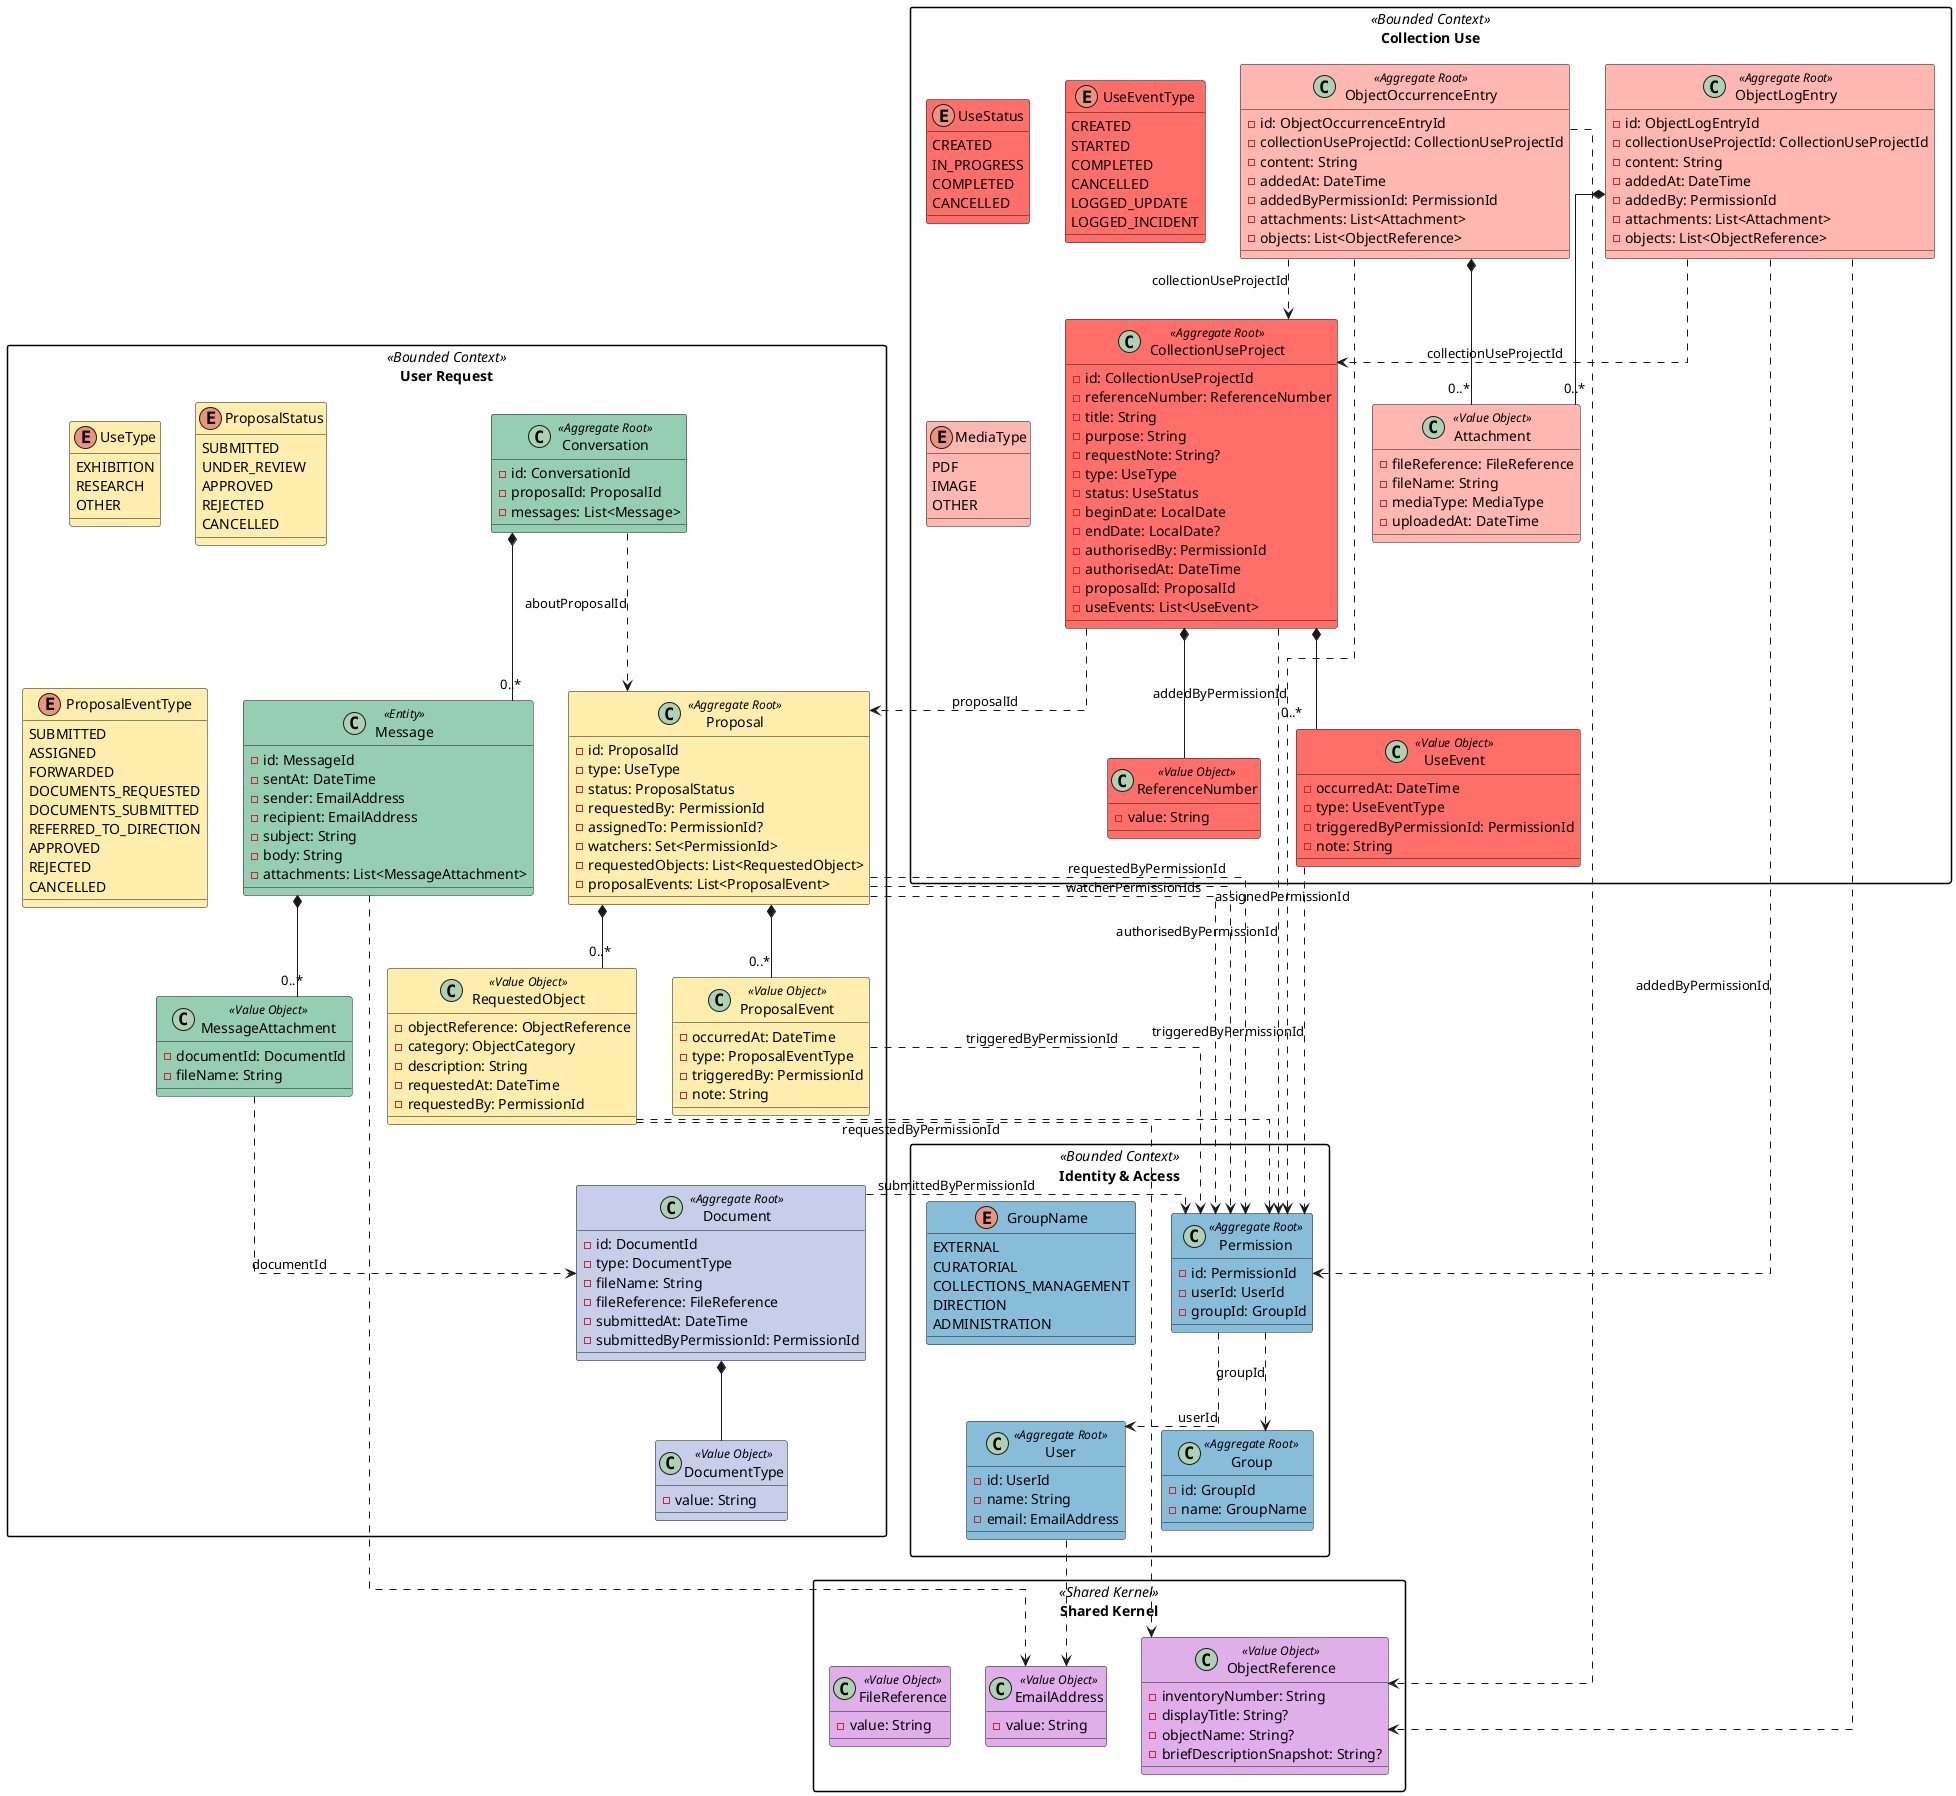
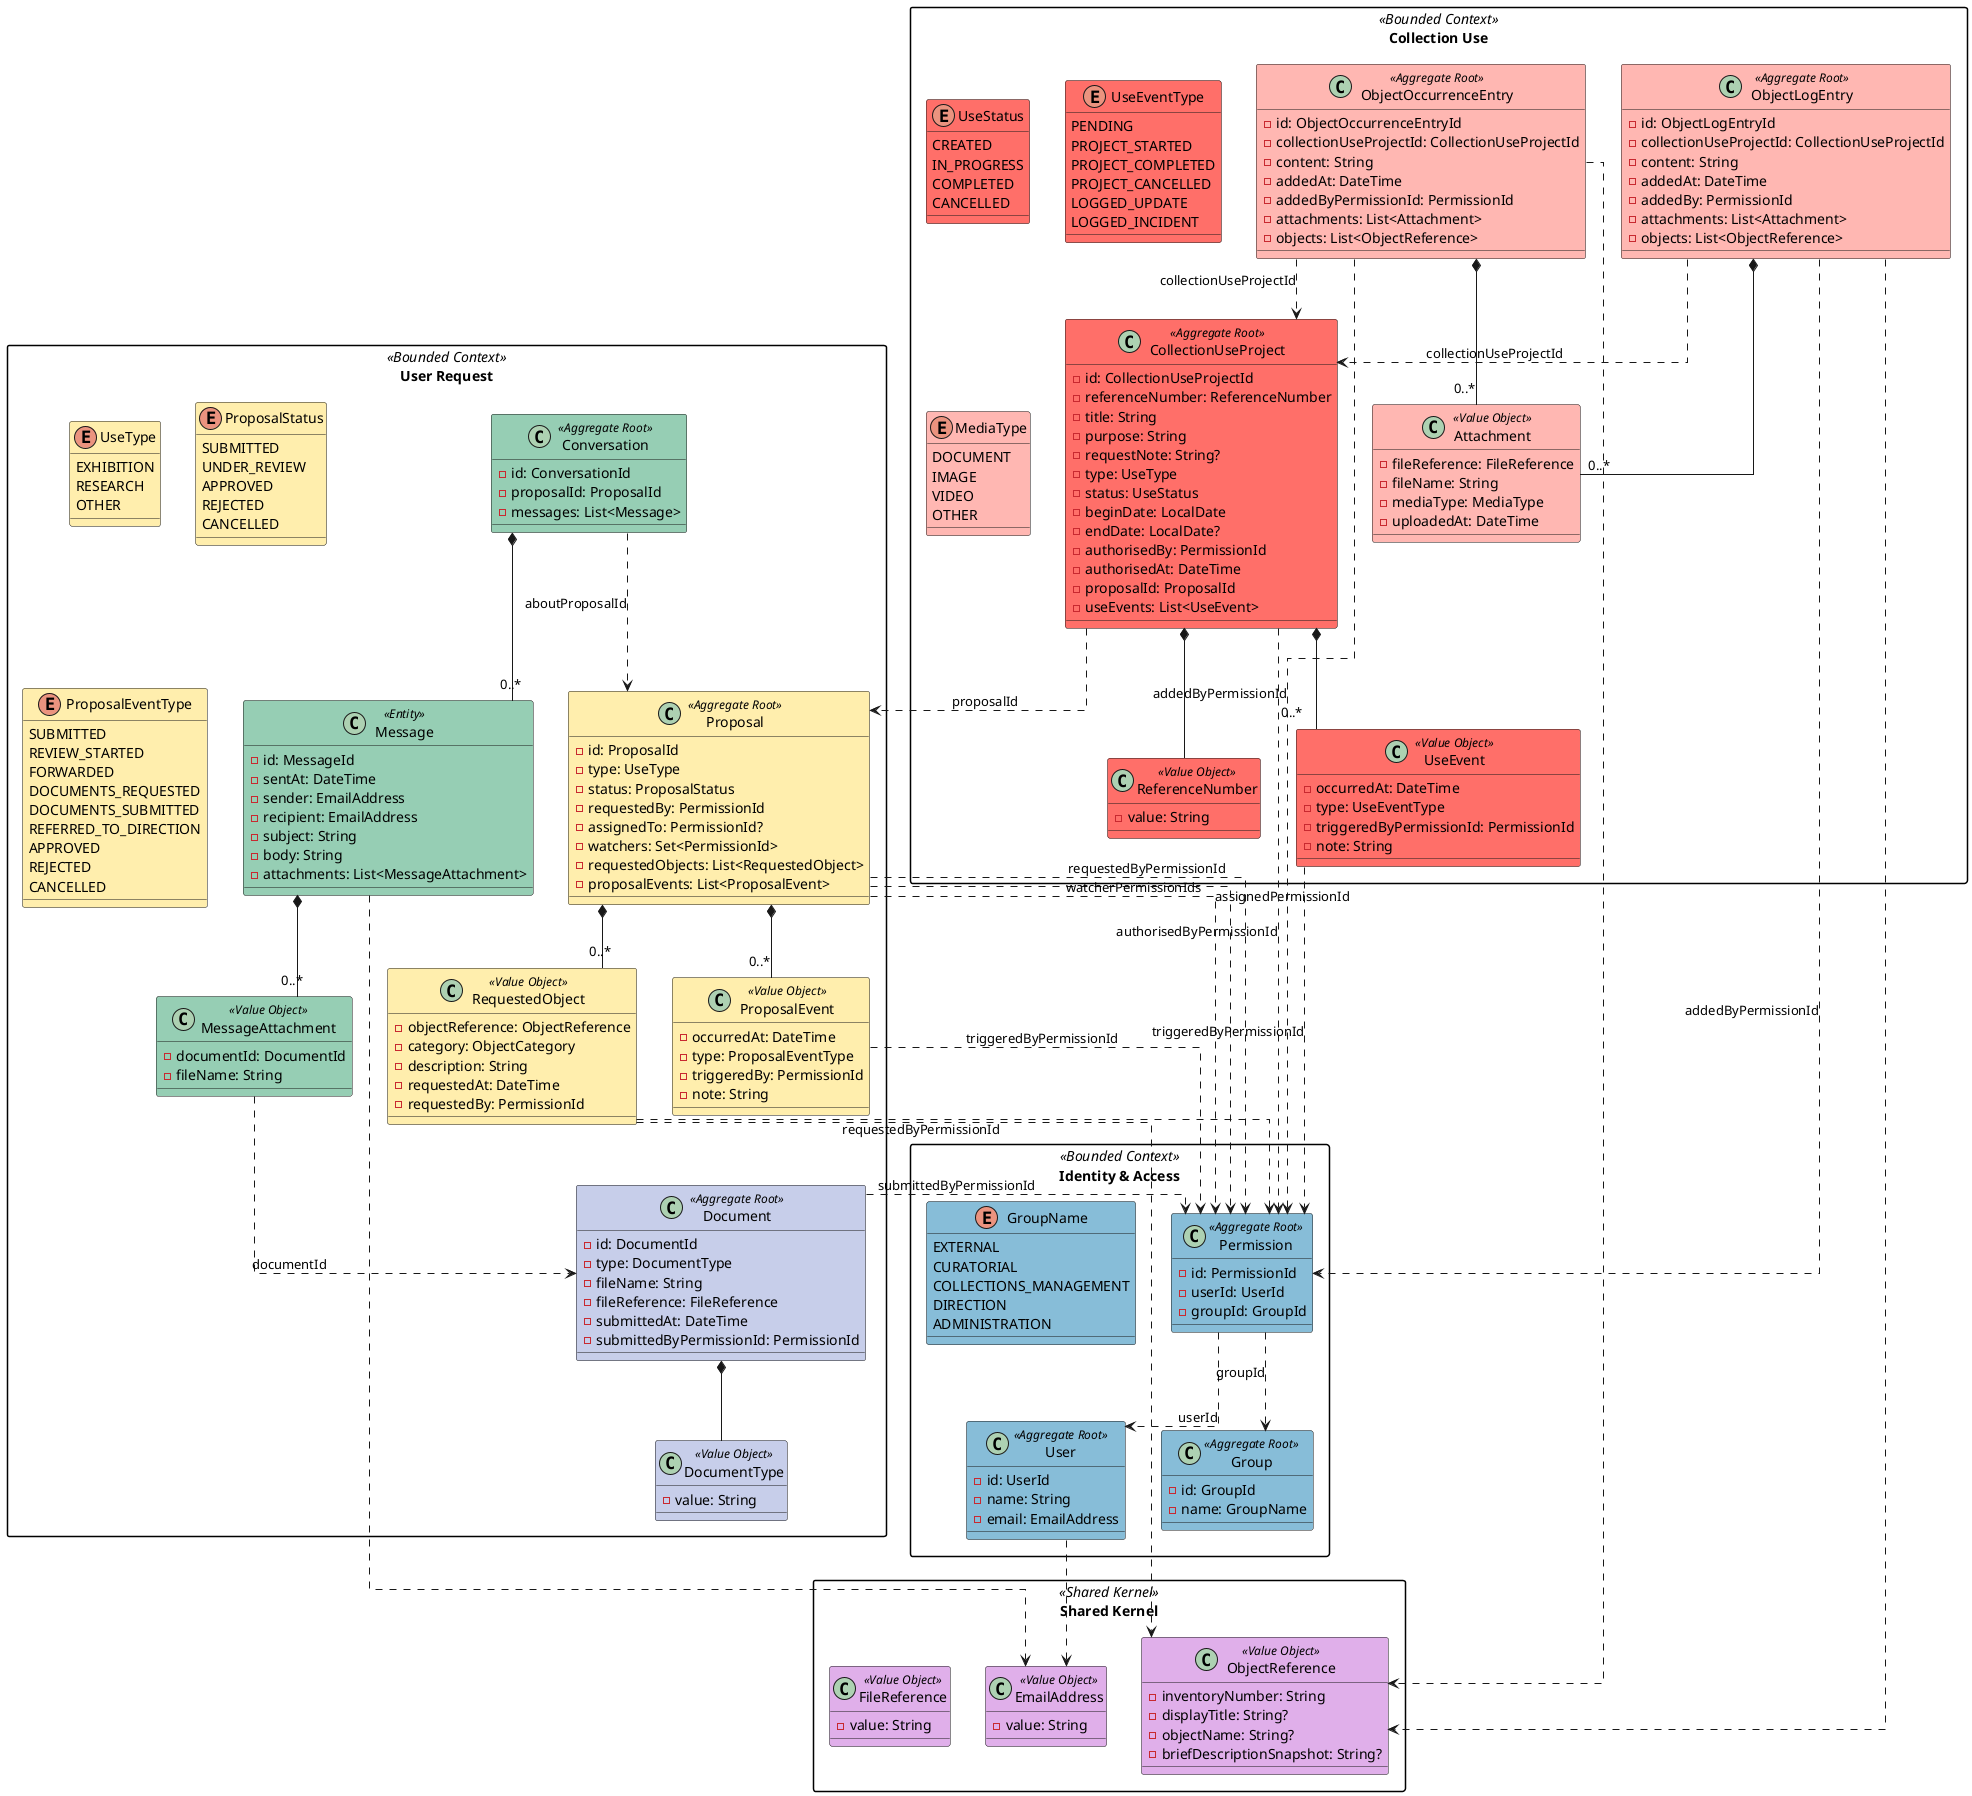
@startuml MUHNAC-CollectionUse-Rebuilt

skinparam linetype ortho
skinparam packageStyle rectangle
skinparam shadowing false


' ============================================================
' Shared Kernel
' ============================================================

package "Shared Kernel" <<Shared Kernel>> {

        class ObjectReference <<Value Object>> #e0afea {
        - inventoryNumber: String
        - displayTitle: String?
        - objectName: String?
        - briefDescriptionSnapshot: String?
        }

        class EmailAddress <<Value Object>> #e0afea {
        - value: String
        }

         class FileReference <<Value Object>> #e0afea {
                - value: String
                }
}


' ============================================================
' Identity & Access
' ============================================================

package "Identity & Access" <<Bounded Context>> {

        class User <<Aggregate Root>> #87bdd8 {
        - id: UserId
        - name: String
        - email: EmailAddress
        }

        class Group <<Aggregate Root>> #87bdd8 {
        - id: GroupId
        - name: GroupName
        }

        class Permission <<Aggregate Root>> #87bdd8 {
        - id: PermissionId
        - userId: UserId
        - groupId: GroupId
        }

        enum GroupName #87bdd8 {
        EXTERNAL
        CURATORIAL
        COLLECTIONS_MANAGEMENT
        DIRECTION
        ADMINISTRATION
        }



        User ..> EmailAddress
        Permission ..> User : userId
        Permission ..> Group : groupId
}


' ============================================================
' Use Request
' ============================================================
package "User Request" <<Bounded Context>> {

        class Conversation <<Aggregate Root>> #96ceb4 {
        - id: ConversationId
        - proposalId: ProposalId
        - messages: List<Message>
        }

        class Message <<Entity>> #96ceb4 {
        - id: MessageId
        - sentAt: DateTime
        - sender: EmailAddress
        - recipient: EmailAddress
        - subject: String
        - body: String
        - attachments: List<MessageAttachment>
        }

        class MessageAttachment <<Value Object>> #96ceb4 {
        - documentId: DocumentId
        - fileName: String
        }

        class Document <<Aggregate Root>> #c7ceea {
        - id: DocumentId
        - type: DocumentType
        - fileName: String
        - fileReference: FileReference
        - submittedAt: DateTime
        - submittedByPermissionId: PermissionId
        }

        class DocumentType <<Value Object>> #c7ceea {
        - value: String
        }


        Conversation *-- "0..*" Message
        Message *-- "0..*" MessageAttachment

        Message ..> EmailAddress
        MessageAttachment ..> Document : documentId
        Conversation ..> Proposal : aboutProposalId


        Document *-- DocumentType
        Document ..> Permission : submittedByPermissionId

        ' ------------------------------------------------------------
        ' Proposal aggregate
        ' ------------------------------------------------------------

        class Proposal <<Aggregate Root>> #ffeead {
        - id: ProposalId
        - type: UseType
        - status: ProposalStatus
        - requestedBy: PermissionId
        - assignedTo: PermissionId?
        - watchers: Set<PermissionId>
        - requestedObjects: List<RequestedObject>
        - proposalEvents: List<ProposalEvent>

        }

        enum UseType #ffeead {
        EXHIBITION
        RESEARCH
        OTHER
        }

        enum ProposalStatus #ffeead {
        SUBMITTED
        UNDER_REVIEW
        APPROVED
        REJECTED
        CANCELLED
        }

        class RequestedObject <<Value Object>> #ffeead {
        - objectReference: ObjectReference
        - category: ObjectCategory
        - description: String
        - requestedAt: DateTime
        - requestedBy: PermissionId
        }


        class ProposalEvent <<Value Object>> #ffeead {
        - occurredAt: DateTime
        - type: ProposalEventType
        - triggeredBy: PermissionId
        - note: String
        }

        enum ProposalEventType #ffeead {
        SUBMITTED
-         ASSIGNED
+         REVIEW_STARTED
        FORWARDED
        DOCUMENTS_REQUESTED
        DOCUMENTS_SUBMITTED
        REFERRED_TO_DIRECTION
        APPROVED
        REJECTED
        CANCELLED
        }

        Proposal *-- "0..*" RequestedObject
        Proposal *-- "0..*" ProposalEvent

        RequestedObject ..> ObjectReference
        RequestedObject ..> Permission : requestedByPermissionId

        ProposalEvent ..> Permission : triggeredByPermissionId

        Proposal ..> Permission : requestedByPermissionId
        Proposal ..> Permission : assignedPermissionId
        Proposal ..> Permission : watcherPermissionIds
}

' ============================================================
' Collection Use
' ============================================================

package "Collection Use" <<Bounded Context>> {



        ' ------------------------------------------------------------
        ' CollectionUseProject aggregate
        ' ------------------------------------------------------------

        class CollectionUseProject <<Aggregate Root>> #ff6f69 {
        - id: CollectionUseProjectId
        - referenceNumber: ReferenceNumber
        - title: String
        - purpose: String
        - requestNote: String?
        - type: UseType
        - status: UseStatus
        - beginDate: LocalDate
        - endDate: LocalDate?
        - authorisedBy: PermissionId
        - authorisedAt: DateTime
        - proposalId: ProposalId
        - useEvents: List<UseEvent>
        }

        class ReferenceNumber <<Value Object>> #ff6f69 {
        - value: String
        }

        enum UseStatus #ff6f69 {
        CREATED
        IN_PROGRESS
        COMPLETED
        CANCELLED
        }

        class UseEvent <<Value Object>> #ff6f69 {
        - occurredAt: DateTime
        - type: UseEventType
        - triggeredByPermissionId: PermissionId
        - note: String
        }

        enum UseEventType #ff6f69 {
-         CREATED
-         STARTED
-         COMPLETED
-         CANCELLED
+         PENDING
+         PROJECT_STARTED
+         PROJECT_COMPLETED
+         PROJECT_CANCELLED
        LOGGED_UPDATE
        LOGGED_INCIDENT
        }

        CollectionUseProject *-- ReferenceNumber
        CollectionUseProject *-- "0..*" UseEvent

        CollectionUseProject ..> Proposal : proposalId
        CollectionUseProject ..> Permission : authorisedByPermissionId

        UseEvent ..> Permission : triggeredByPermissionId

        ' ------------------------------------------------------------
        ' Journal aggregates
        ' ------------------------------------------------------------

        class ObjectLogEntry <<Aggregate Root>> #ffb7b2 {
        - id: ObjectLogEntryId
        - collectionUseProjectId: CollectionUseProjectId
        - content: String
        - addedAt: DateTime
        - addedBy: PermissionId
        - attachments: List<Attachment>
        - objects: List<ObjectReference>
        }

        class ObjectOccurrenceEntry <<Aggregate Root>> #ffb7b2 {
        - id: ObjectOccurrenceEntryId
        - collectionUseProjectId: CollectionUseProjectId
        - content: String
        - addedAt: DateTime
        - addedByPermissionId: PermissionId
        - attachments: List<Attachment>
        - objects: List<ObjectReference>
        }

        class Attachment <<Value Object>> #ffb7b2 {
        - fileReference: FileReference
        - fileName: String
        - mediaType: MediaType
        - uploadedAt: DateTime
        }

        enum MediaType #ffb7b2 {
-         PDF
+         DOCUMENT
        IMAGE
+         VIDEO
        OTHER
        }

        ObjectLogEntry *-- "0..*" Attachment
        ObjectOccurrenceEntry *-- "0..*" Attachment

        ObjectLogEntry ..> CollectionUseProject : collectionUseProjectId
        ObjectOccurrenceEntry ..> CollectionUseProject : collectionUseProjectId

        ObjectLogEntry ..> Permission : addedByPermissionId
        ObjectOccurrenceEntry ..> Permission : addedByPermissionId

        ObjectLogEntry ..> ObjectReference
        ObjectOccurrenceEntry ..> ObjectReference
}

@enduml
